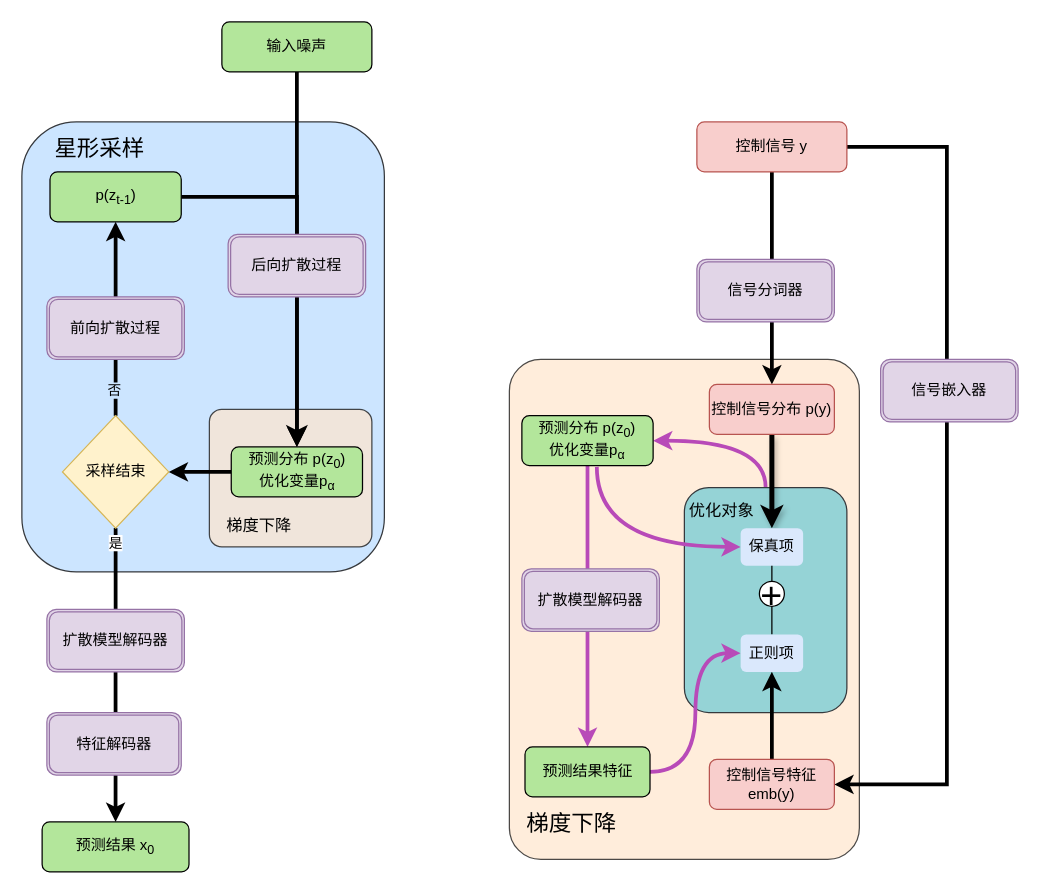
Before: page "Page-1 的副本 的副本" (3 of 3) of 未命名绘图.drawio in DJ-Won/PRC, a draw.io diagram. Source tidied: cells renumbered, new cells numbered last; positions are measured from the earlier drawing's top-left corner, leaving out a move shared by most shapes. Both pictures are drawn from the tidied source at 125%, with x=0, y=0 at pixel (21, 21).
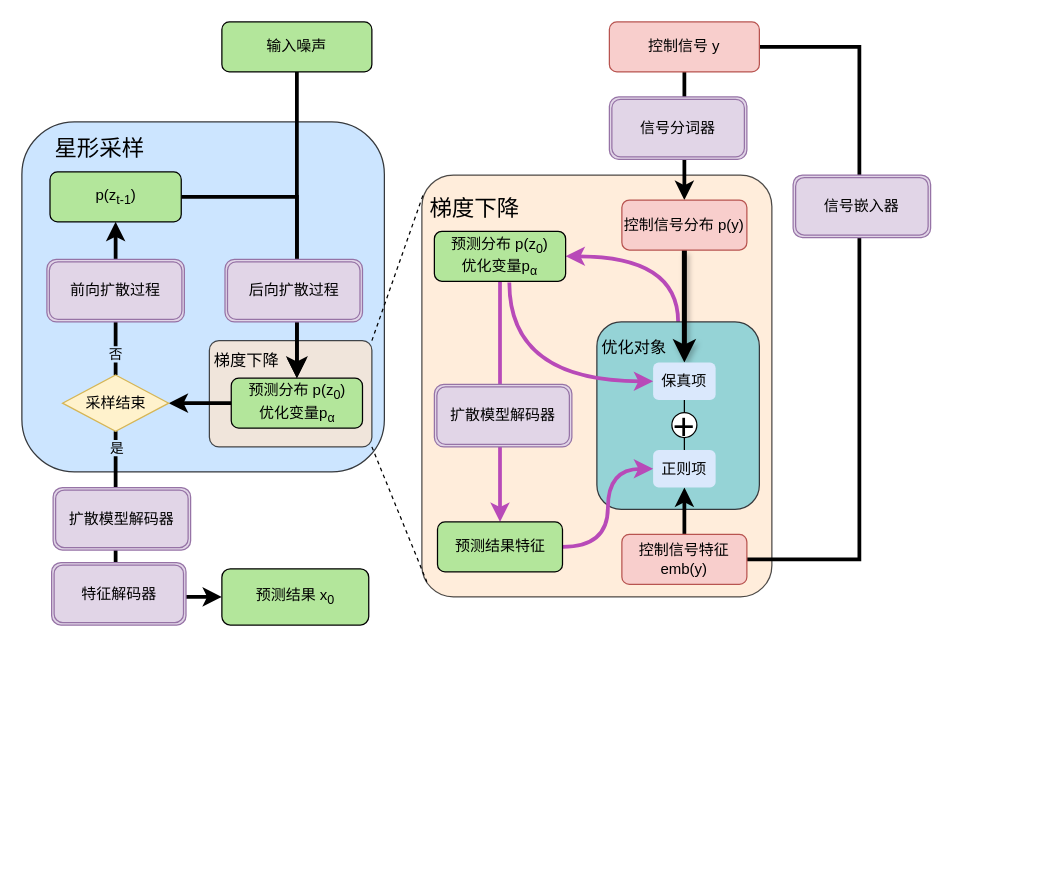
The same diagram, later.

Commit message:
更新未命名绘图.drawio

Unchanged cells that the change refers to:
```xml
<mxCell id="37" style="edgeStyle=orthogonalEdgeStyle;rounded=0;jettySize=auto;html=1;exitX=0.5;exitY=0;exitDx=0;exitDy=0;entryX=1;entryY=0.5;entryDx=0;entryDy=0;strokeWidth=3;" parent="1" edge="1" source="39" target="35">
  <mxGeometry relative="1" as="geometry" />
</mxCell>
```

The edit, as a diff of the source:
```diff
@@
     <mxCell id="2" style="rounded=1;whiteSpace=wrap;html=1;fillColor=#FFE6CC;arcSize=9;textOpacity=50;textShadow=0;opacity=70;" parent="1" vertex="1">
-      <mxGeometry x="390" y="270" width="280" height="400" as="geometry" />
+      <mxGeometry x="320" y="122.5" width="280" height="337.5" as="geometry" />
     </mxCell>
     <mxCell id="3" style="rounded=1;whiteSpace=wrap;html=1;fillColor=#cce5ff;strokeColor=#36393d;" parent="1" vertex="1">
-      <mxGeometry y="80" width="290" height="360" as="geometry" />
+      <mxGeometry y="80" width="290" height="280" as="geometry" />
     </mxCell>
     <mxCell id="4" style="rounded=1;whiteSpace=wrap;html=1;fillColor=#FFE6CC;arcSize=9;textOpacity=50;textShadow=0;opacity=70;" parent="1" vertex="1">
-      <mxGeometry x="150" y="310" width="130" height="110" as="geometry" />
+      <mxGeometry x="150" y="255" width="130" height="85" as="geometry" />
     </mxCell>
@@
     <mxCell id="6" style="rounded=1;whiteSpace=wrap;html=1;fillColor=#95D3D6;strokeColor=#36393d;" parent="1" vertex="1">
-      <mxGeometry x="530" y="372.5" width="130" height="180" as="geometry" />
+      <mxGeometry x="460" y="240" width="130" height="150" as="geometry" />
     </mxCell>
@@
-    <mxCell id="8" style="edgeStyle=orthogonalEdgeStyle;rounded=0;jettySize=auto;html=1;exitX=1;exitY=0.5;exitDx=0;exitDy=0;entryX=1;entryY=0.5;entryDx=0;entryDy=0;strokeWidth=3;" parent="1" edge="1" source="9" target="18">
+    <mxCell id="8" style="edgeStyle=orthogonalEdgeStyle;rounded=0;jettySize=auto;html=1;exitX=1;exitY=0.5;exitDx=0;exitDy=0;entryX=1;entryY=0.5;entryDx=0;entryDy=0;strokeWidth=3;endArrow=none;startFill=0;" parent="1" edge="1" source="9" target="18">
       <mxGeometry relative="1" as="geometry">
         <Array as="points">
-          <mxPoint x="740" y="100" />
-          <mxPoint x="740" y="610" />
+          <mxPoint x="670" y="20" />
+          <mxPoint x="670" y="430" />
         </Array>
       </mxGeometry>
     </mxCell>
     <mxCell id="9" value="控制信号 y" style="rounded=1;whiteSpace=wrap;html=1;fontSize=12;glass=0;strokeWidth=1;shadow=0;fillColor=#F8CECC;strokeColor=#B85450;" parent="1" vertex="1">
-      <mxGeometry x="540" y="80" width="120" height="40" as="geometry" />
+      <mxGeometry x="470" width="120" height="40" as="geometry" />
     </mxCell>
@@
-    <mxCell id="12" value="是" style="edgeStyle=orthogonalEdgeStyle;rounded=0;jettySize=auto;html=1;exitX=0.5;exitY=1;exitDx=0;exitDy=0;strokeWidth=3;entryX=0;entryY=0.5;entryDx=0;entryDy=0;" parent="1" edge="1" source="39" target="43">
+    <mxCell id="12" style="edgeStyle=orthogonalEdgeStyle;rounded=0;jettySize=auto;html=1;exitX=0.5;exitY=1;exitDx=0;exitDy=0;strokeWidth=3;entryX=0.5;entryY=1;entryDx=0;entryDy=0;" parent="1" edge="1" source="39" target="43">
       <mxGeometry x="-0.9" relative="1" as="geometry" />
     </mxCell>
@@
     <mxCell id="14" value="预测分布 p(z&lt;sub&gt;0&lt;/sub&gt;)&lt;div&gt;优化变量p&lt;sub&gt;α&lt;/sub&gt;&lt;/div&gt;" style="rounded=1;whiteSpace=wrap;html=1;fontSize=12;glass=0;strokeWidth=1;shadow=0;fillColor=#B3E69B;direction=south;strokeColor=default;" parent="1" vertex="1">
-      <mxGeometry x="167.5" y="340" width="105" height="40" as="geometry" />
+      <mxGeometry x="167.5" y="285" width="105" height="40" as="geometry" />
     </mxCell>
@@
     <mxCell id="18" value="&lt;div&gt;&lt;span style=&quot;background-color: transparent; color: light-dark(rgb(0, 0, 0), rgb(255, 255, 255));&quot;&gt;控制信号特征 emb(y)&lt;/span&gt;&lt;/div&gt;" style="rounded=1;whiteSpace=wrap;html=1;fontSize=12;glass=0;strokeWidth=1;shadow=0;fillColor=#f8cecc;strokeColor=#B85450;" parent="1" vertex="1">
-      <mxGeometry x="550" y="590" width="100" height="40" as="geometry" />
+      <mxGeometry x="480" y="410" width="100" height="40" as="geometry" />
     </mxCell>
@@
     <mxCell id="20" value="控制信号分布 p(y)" style="rounded=1;whiteSpace=wrap;html=1;fontSize=12;glass=0;strokeWidth=1;shadow=0;fillColor=#f8cecc;strokeColor=#B85450;" parent="1" vertex="1">
-      <mxGeometry x="550" y="290" width="100" height="40" as="geometry" />
+      <mxGeometry x="480" y="142.5" width="100" height="40" as="geometry" />
     </mxCell>
@@
     <mxCell id="22" value="预测结果特征" style="rounded=1;whiteSpace=wrap;html=1;fontSize=12;glass=0;strokeWidth=1;shadow=0;fillColor=#B3E69B;strokeColor=default;" parent="1" vertex="1">
-      <mxGeometry x="402.5" y="580" width="100" height="40" as="geometry" />
+      <mxGeometry x="332.5" y="400" width="100" height="40" as="geometry" />
     </mxCell>
@@
+    <mxCell id="33" style="edgeStyle=orthogonalEdgeStyle;rounded=0;jettySize=auto;html=1;exitX=0.5;exitY=1;exitDx=0;exitDy=0;entryX=0.5;entryY=0;entryDx=0;entryDy=0;endArrow=none;startFill=0;" parent="1" edge="1" source="25" target="34">
+      <mxGeometry relative="1" as="geometry" />
+    </mxCell>
     <mxCell id="25" value="保真项" style="shape=ext;double=0;rounded=1;whiteSpace=wrap;html=1;fillColor=#dae8fc;strokeColor=none;" parent="1" vertex="1">
-      <mxGeometry x="575" y="405" width="50" height="30" as="geometry" />
+      <mxGeometry x="505" y="272.5" width="50" height="30" as="geometry" />
     </mxCell>
     <mxCell id="26" value="后向扩散过程" style="shape=ext;double=1;rounded=1;whiteSpace=wrap;html=1;fillColor=#e1d5e7;strokeColor=#9673a6;" parent="1" vertex="1">
-      <mxGeometry x="165" y="170" width="110" height="50" as="geometry" />
+      <mxGeometry x="162.5" y="190" width="110" height="50" as="geometry" />
     </mxCell>
     <mxCell id="27" value="信号嵌入器" style="shape=ext;double=1;rounded=1;whiteSpace=wrap;html=1;fillColor=#e1d5e7;strokeColor=#9673a6;" parent="1" vertex="1">
-      <mxGeometry x="687" y="270" width="110" height="50" as="geometry" />
+      <mxGeometry x="617" y="122.5" width="110" height="50" as="geometry" />
     </mxCell>
     <mxCell id="28" value="扩散模型解码器" style="shape=ext;double=1;rounded=1;whiteSpace=wrap;html=1;fillColor=#e1d5e7;strokeColor=#9673a6;" parent="1" vertex="1">
-      <mxGeometry x="400" y="437.5" width="110" height="50" as="geometry" />
+      <mxGeometry x="330" y="290" width="110" height="50" as="geometry" />
     </mxCell>
     <mxCell id="29" value="&lt;span style=&quot;color: rgb(0, 0, 0); float: none; display: inline !important;&quot;&gt;信号分词器&lt;/span&gt;" style="shape=ext;double=1;rounded=1;whiteSpace=wrap;html=1;fillColor=#e1d5e7;strokeColor=#9673a6;" parent="1" vertex="1">
-      <mxGeometry x="540" y="190" width="110" height="50" as="geometry" />
+      <mxGeometry x="470" y="60" width="110" height="50" as="geometry" />
     </mxCell>
     <mxCell id="30" value="正则项" style="shape=ext;double=0;rounded=1;whiteSpace=wrap;html=1;fillColor=#dae8fc;strokeColor=none;" parent="1" vertex="1">
-      <mxGeometry x="575" y="490" width="50" height="30" as="geometry" />
+      <mxGeometry x="505" y="342.5" width="50" height="30" as="geometry" />
     </mxCell>
     <mxCell id="31" value="梯度下降" style="shape=table;startSize=0;childLayout=tableLayout;fontSize=13;fillColor=none;strokeColor=none;" parent="1" vertex="1">
-      <mxGeometry x="160" y="372.5" width="60" height="60" as="geometry" />
+      <mxGeometry x="150" y="240" width="60" height="60" as="geometry" />
     </mxCell>
     <mxCell id="32" value="优化对象" style="shape=table;startSize=0;childLayout=tableLayout;fontSize=13;fillColor=none;strokeColor=none;" parent="1" vertex="1">
-      <mxGeometry x="530" y="360" width="60" height="60" as="geometry" />
+      <mxGeometry x="460" y="230" width="60" height="60" as="geometry" />
     </mxCell>
-    <mxCell id="33" style="edgeStyle=orthogonalEdgeStyle;rounded=0;jettySize=auto;html=1;exitX=0.5;exitY=1;exitDx=0;exitDy=0;entryX=0.5;entryY=0;entryDx=0;entryDy=0;endArrow=none;startFill=0;" parent="1" edge="1" source="25" target="34">
-      <mxGeometry relative="1" as="geometry" />
-    </mxCell>
     <mxCell id="34" value="&lt;font style=&quot;font-size: 30px;&quot;&gt;+&lt;/font&gt;" style="ellipse;whiteSpace=wrap;html=1;" parent="1" vertex="1">
-      <mxGeometry x="590" y="447.5" width="20" height="20" as="geometry" />
+      <mxGeometry x="520" y="312.5" width="20" height="20" as="geometry" />
     </mxCell>
@@
     <mxCell id="38" value="否" style="edgeLabel;html=1;align=center;verticalAlign=middle;labelBackgroundColor=#CCE5FF;" parent="37" vertex="1">
-      <mxGeometry x="-0.73" y="2" relative="1" as="geometry" />
+      <mxGeometry x="-0.73" y="2" relative="1" as="geometry">
+        <mxPoint x="1" as="offset" />
+      </mxGeometry>
     </mxCell>
     <mxCell id="39" value="采样结束" style="rhombus;whiteSpace=wrap;html=1;fillColor=#fff2cc;strokeColor=#d6b656;" parent="1" vertex="1">
-      <mxGeometry x="32.5" y="315" width="85" height="90" as="geometry" />
+      <mxGeometry x="32.5" y="282.5" width="85" height="45" as="geometry" />
     </mxCell>
     <mxCell id="40" value="前向扩散过程" style="shape=ext;double=1;rounded=1;whiteSpace=wrap;html=1;fillColor=#e1d5e7;strokeColor=#9673a6;" parent="1" vertex="1">
-      <mxGeometry x="20" y="220" width="110" height="50" as="geometry" />
+      <mxGeometry x="20" y="190" width="110" height="50" as="geometry" />
     </mxCell>
     <mxCell id="41" value="扩散模型解码器" style="shape=ext;double=1;rounded=1;whiteSpace=wrap;html=1;fillColor=#e1d5e7;strokeColor=#9673a6;" parent="1" vertex="1">
-      <mxGeometry x="20" y="470" width="110" height="50" as="geometry" />
+      <mxGeometry x="25" y="372.5" width="110" height="50" as="geometry" />
     </mxCell>
     <mxCell id="42" value="特征解码器" style="shape=ext;double=1;rounded=1;whiteSpace=wrap;html=1;fillColor=#e1d5e7;strokeColor=#9673a6;" parent="1" vertex="1">
-      <mxGeometry x="20" y="552.5" width="107.5" height="50" as="geometry" />
+      <mxGeometry x="23.8" y="432.5" width="107.5" height="50" as="geometry" />
     </mxCell>
     <mxCell id="43" value="预测结果 x&lt;sub&gt;0&lt;/sub&gt;" style="rounded=1;whiteSpace=wrap;html=1;fontSize=12;glass=0;strokeWidth=1;shadow=0;fillColor=#B3E69B;direction=south;strokeColor=default;" parent="1" vertex="1">
-      <mxGeometry x="16.2" y="640" width="117.5" height="40" as="geometry" />
+      <mxGeometry x="160" y="437.5" width="117.5" height="45" as="geometry" />
     </mxCell>
     <mxCell id="44" value="预测分布 p(z&lt;sub&gt;0&lt;/sub&gt;)&lt;div&gt;优化变量p&lt;sub&gt;α&lt;/sub&gt;&lt;/div&gt;" style="rounded=1;whiteSpace=wrap;html=1;fontSize=12;glass=0;strokeWidth=1;shadow=0;fillColor=#B3E69B;direction=south;strokeColor=default;" parent="1" vertex="1">
-      <mxGeometry x="400" y="315" width="105" height="40" as="geometry" />
+      <mxGeometry x="330" y="167.5" width="105" height="40" as="geometry" />
     </mxCell>
     <mxCell id="45" value="梯度下降" style="shape=table;startSize=0;childLayout=tableLayout;fontSize=18;fillColor=none;strokeColor=none;" parent="1" vertex="1">
-      <mxGeometry x="410" y="610" width="60" height="60" as="geometry" />
+      <mxGeometry x="332.5" y="117.5" width="60" height="60" as="geometry" />
     </mxCell>
+    <mxCell id="46" style="endArrow=none;html=1;rounded=0;exitX=1;exitY=0;exitDx=0;exitDy=0;entryX=0.004;entryY=0.046;entryDx=0;entryDy=0;entryPerimeter=0;dashed=1;strokeWidth=1;" parent="1" edge="1" source="4" target="2">
+      <mxGeometry relative="1" as="geometry" />
+    </mxCell>
+    <mxCell id="47" style="rounded=0;jettySize=auto;html=1;exitX=1;exitY=1;exitDx=0;exitDy=0;entryX=0.014;entryY=0.964;entryDx=0;entryDy=0;entryPerimeter=0;endArrow=none;startFill=0;dashed=1;" parent="1" edge="1" source="4" target="2">
+      <mxGeometry relative="1" as="geometry" />
+    </mxCell>
+    <mxCell id="48" value="是" style="edgeLabel;html=1;align=center;verticalAlign=middle;labelBackgroundColor=#CCE5FF;" parent="1" vertex="1">
+      <mxGeometry x="45" y="260" as="geometry">
+        <mxPoint x="30" y="80" as="offset" />
+      </mxGeometry>
+    </mxCell>
```
